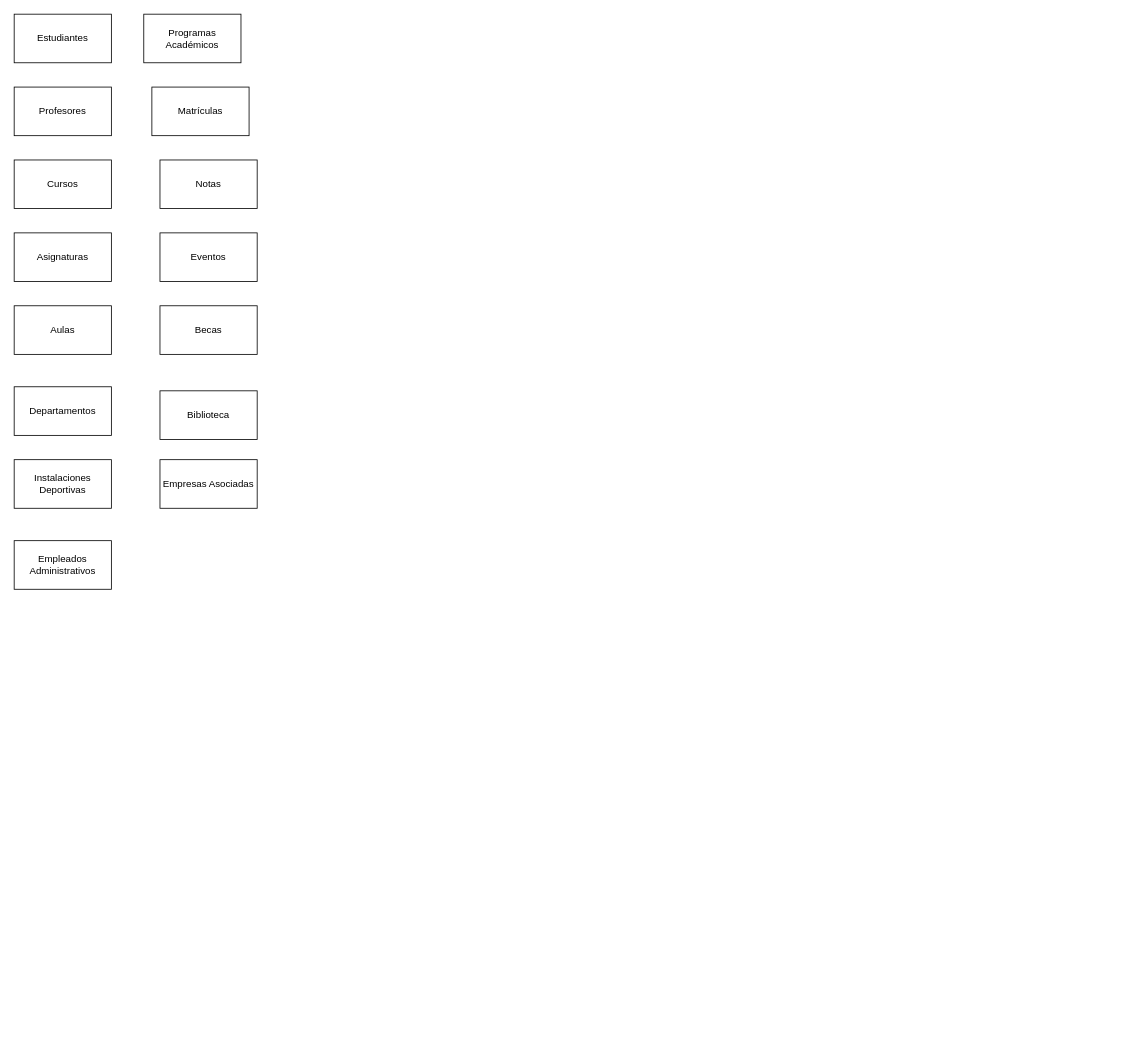
JVC0/ProyectoBBDD keeps this draw.io diagram as modelo-er/Modelo-ER.drawio. Above is the earlier version. Source tidied: cells renumbered, new cells numbered last; positions are measured from the earlier drawing's top-left corner, leaving out a move shared by most shapes. Both pictures are drawn from the tidied source at 81%, with x=0, y=0 at pixel (14, 14).
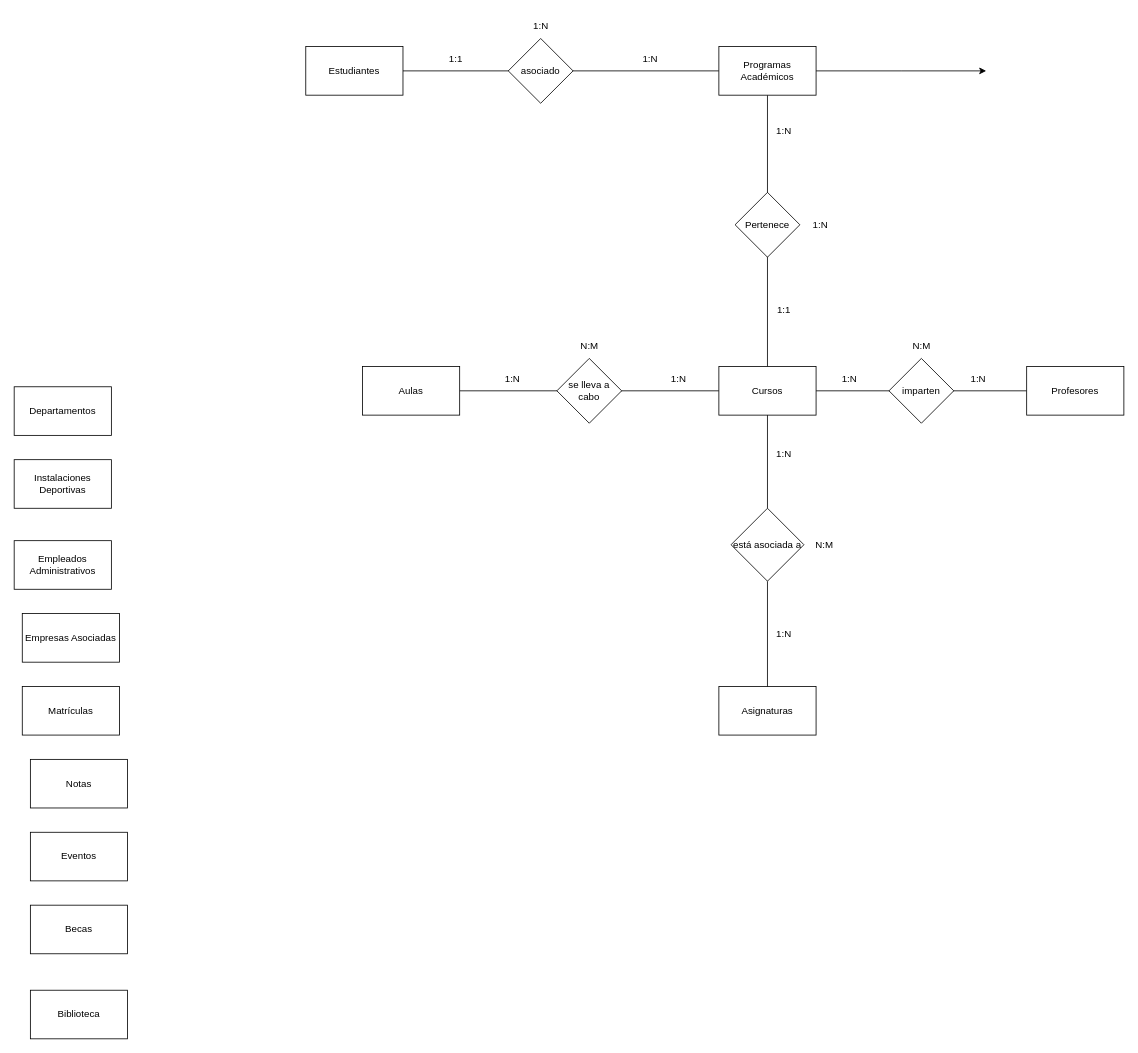
The same page after the edit.

Change to the diagram source:
```diff
@@
+    <mxCell id="17" style="edgeStyle=orthogonalEdgeStyle;rounded=0;jettySize=auto;html=1;entryX=0;entryY=0.5;entryDx=0;entryDy=0;endArrow=none;endFill=0;" parent="1" edge="1" source="2">
+      <mxGeometry relative="1" as="geometry">
+        <mxPoint x="870" y="70" as="targetPoint" />
+      </mxGeometry>
+    </mxCell>
     <mxCell id="2" value="Estudiantes" style="whiteSpace=wrap;html=1;" parent="1" vertex="1">
-      <mxGeometry width="120" height="60" as="geometry" />
+      <mxGeometry x="360" y="40" width="120" height="60" as="geometry" />
     </mxCell>
+    <mxCell id="18" style="edgeStyle=orthogonalEdgeStyle;rounded=0;jettySize=auto;html=1;entryX=1;entryY=0.5;entryDx=0;entryDy=0;endArrow=none;endFill=0;" parent="1" edge="1" source="3" target="4">
+      <mxGeometry relative="1" as="geometry" />
+    </mxCell>
     <mxCell id="3" value="Profesores" style="whiteSpace=wrap;html=1;" parent="1" vertex="1">
-      <mxGeometry y="90" width="120" height="60" as="geometry" />
+      <mxGeometry x="1250" y="435" width="120" height="60" as="geometry" />
     </mxCell>
+    <mxCell id="19" style="edgeStyle=orthogonalEdgeStyle;rounded=0;jettySize=auto;html=1;entryX=0.5;entryY=1;entryDx=0;entryDy=0;endArrow=none;endFill=0;" parent="1" edge="1" source="4" target="8">
+      <mxGeometry relative="1" as="geometry" />
+    </mxCell>
+    <mxCell id="20" style="edgeStyle=orthogonalEdgeStyle;rounded=0;jettySize=auto;html=1;exitX=0;exitY=0.5;exitDx=0;exitDy=0;entryX=1;entryY=0.5;entryDx=0;entryDy=0;endArrow=none;endFill=0;" parent="1" edge="1" source="4" target="6">
+      <mxGeometry relative="1" as="geometry" />
+    </mxCell>
     <mxCell id="4" value="Cursos" style="whiteSpace=wrap;html=1;" parent="1" vertex="1">
-      <mxGeometry y="180" width="120" height="60" as="geometry" />
+      <mxGeometry x="870" y="435" width="120" height="60" as="geometry" />
     </mxCell>
+    <mxCell id="21" style="edgeStyle=orthogonalEdgeStyle;rounded=0;jettySize=auto;html=1;entryX=0.5;entryY=1;entryDx=0;entryDy=0;endArrow=none;endFill=0;" parent="1" edge="1" source="36" target="4">
+      <mxGeometry relative="1" as="geometry" />
+    </mxCell>
     <mxCell id="5" value="Asignaturas" style="whiteSpace=wrap;html=1;" parent="1" vertex="1">
-      <mxGeometry y="270" width="120" height="60" as="geometry" />
+      <mxGeometry x="870" y="830" width="120" height="60" as="geometry" />
     </mxCell>
     <mxCell id="6" value="Aulas" style="whiteSpace=wrap;html=1;" parent="1" vertex="1">
-      <mxGeometry y="360" width="120" height="60" as="geometry" />
+      <mxGeometry x="430" y="435" width="120" height="60" as="geometry" />
     </mxCell>
@@
+    <mxCell id="22" style="edgeStyle=orthogonalEdgeStyle;rounded=0;jettySize=auto;html=1;exitX=1;exitY=0.5;exitDx=0;exitDy=0;" parent="1" edge="1" source="8">
+      <mxGeometry relative="1" as="geometry">
+        <mxPoint x="1200" y="70" as="targetPoint" />
+      </mxGeometry>
+    </mxCell>
     <mxCell id="8" value="Programas Académicos" style="whiteSpace=wrap;html=1;" parent="1" vertex="1">
-      <mxGeometry x="160" width="120" height="60" as="geometry" />
+      <mxGeometry x="870" y="40" width="120" height="60" as="geometry" />
     </mxCell>
     <mxCell id="9" value="Matrículas" style="whiteSpace=wrap;html=1;" parent="1" vertex="1">
-      <mxGeometry x="170" y="90" width="120" height="60" as="geometry" />
+      <mxGeometry x="10" y="830" width="120" height="60" as="geometry" />
     </mxCell>
     <mxCell id="10" value="Notas" style="whiteSpace=wrap;html=1;" parent="1" vertex="1">
-      <mxGeometry x="180" y="180" width="120" height="60" as="geometry" />
+      <mxGeometry x="20" y="920" width="120" height="60" as="geometry" />
     </mxCell>
     <mxCell id="11" value="Eventos" style="whiteSpace=wrap;html=1;" parent="1" vertex="1">
-      <mxGeometry x="180" y="270" width="120" height="60" as="geometry" />
+      <mxGeometry x="20" y="1010" width="120" height="60" as="geometry" />
     </mxCell>
     <mxCell id="12" value="Becas" style="whiteSpace=wrap;html=1;" parent="1" vertex="1">
-      <mxGeometry x="180" y="360" width="120" height="60" as="geometry" />
+      <mxGeometry x="20" y="1100" width="120" height="60" as="geometry" />
     </mxCell>
     <mxCell id="13" value="Biblioteca" style="whiteSpace=wrap;html=1;" parent="1" vertex="1">
-      <mxGeometry x="180" y="465" width="120" height="60" as="geometry" />
+      <mxGeometry x="20" y="1205" width="120" height="60" as="geometry" />
     </mxCell>
@@
+    <mxCell id="23" value="asociado" style="rhombus;whiteSpace=wrap;html=1;" parent="1" vertex="1">
+      <mxGeometry x="610" y="30" width="80" height="80" as="geometry" />
+    </mxCell>
     <mxCell id="16" value="Empresas Asociadas" style="whiteSpace=wrap;html=1;" parent="1" vertex="1">
-      <mxGeometry x="180" y="550" width="120" height="60" as="geometry" />
+      <mxGeometry x="10" y="740" width="120" height="60" as="geometry" />
     </mxCell>
+    <mxCell id="24" value="1:1" style="text;html=1;align=center;verticalAlign=middle;strokeColor=none;fillColor=none;" parent="1" vertex="1">
+      <mxGeometry x="525" y="40" width="40" height="30" as="geometry" />
+    </mxCell>
+    <mxCell id="25" value="1:N" style="text;html=1;align=center;verticalAlign=middle;strokeColor=none;fillColor=none;" parent="1" vertex="1">
+      <mxGeometry x="765" y="40" width="40" height="30" as="geometry" />
+    </mxCell>
+    <mxCell id="26" value="Pertenece" style="rhombus;whiteSpace=wrap;html=1;" parent="1" vertex="1">
+      <mxGeometry x="890" y="220" width="80" height="80" as="geometry" />
+    </mxCell>
+    <mxCell id="27" value="1:1" style="text;html=1;align=center;verticalAlign=middle;strokeColor=none;fillColor=none;" parent="1" vertex="1">
+      <mxGeometry x="930" y="350" width="40" height="30" as="geometry" />
+    </mxCell>
+    <mxCell id="28" value="1:N" style="text;html=1;align=center;verticalAlign=middle;strokeColor=none;fillColor=none;" parent="1" vertex="1">
+      <mxGeometry x="930" y="130" width="40" height="30" as="geometry" />
+    </mxCell>
+    <mxCell id="29" value="imparten" style="rhombus;whiteSpace=wrap;html=1;" parent="1" vertex="1">
+      <mxGeometry x="1080" y="425" width="80" height="80" as="geometry" />
+    </mxCell>
+    <mxCell id="30" value="1:N" style="text;html=1;align=center;verticalAlign=middle;strokeColor=none;fillColor=none;" parent="1" vertex="1">
+      <mxGeometry x="1170" y="435" width="40" height="30" as="geometry" />
+    </mxCell>
+    <mxCell id="31" value="1:N" style="text;html=1;align=center;verticalAlign=middle;strokeColor=none;fillColor=none;" parent="1" vertex="1">
+      <mxGeometry x="1011" y="435" width="40" height="30" as="geometry" />
+    </mxCell>
+    <mxCell id="32" value="1:N" style="text;html=1;align=center;verticalAlign=middle;strokeColor=none;fillColor=none;" parent="1" vertex="1">
+      <mxGeometry x="630" width="40" height="30" as="geometry" />
+    </mxCell>
+    <mxCell id="33" value="1:N" style="text;html=1;align=center;verticalAlign=middle;strokeColor=none;fillColor=none;" parent="1" vertex="1">
+      <mxGeometry x="975" y="245" width="40" height="30" as="geometry" />
+    </mxCell>
+    <mxCell id="34" value="N:M" style="text;html=1;align=center;verticalAlign=middle;strokeColor=none;fillColor=none;" parent="1" vertex="1">
+      <mxGeometry x="1095" y="395" width="50" height="30" as="geometry" />
+    </mxCell>
+    <mxCell id="35" style="edgeStyle=orthogonalEdgeStyle;rounded=0;jettySize=auto;html=1;entryX=0.5;entryY=1;entryDx=0;entryDy=0;endArrow=none;endFill=0;" parent="1" edge="1" source="5" target="36">
+      <mxGeometry relative="1" as="geometry" />
+    </mxCell>
+    <mxCell id="36" value="está asociada a" style="rhombus;whiteSpace=wrap;html=1;" parent="1" vertex="1">
+      <mxGeometry x="885" y="610" width="90" height="90" as="geometry" />
+    </mxCell>
+    <mxCell id="37" value="1:N" style="text;html=1;align=center;verticalAlign=middle;strokeColor=none;fillColor=none;" parent="1" vertex="1">
+      <mxGeometry x="930" y="750" width="40" height="30" as="geometry" />
+    </mxCell>
+    <mxCell id="38" value="1:N" style="text;html=1;align=center;verticalAlign=middle;strokeColor=none;fillColor=none;" parent="1" vertex="1">
+      <mxGeometry x="930" y="528" width="40" height="30" as="geometry" />
+    </mxCell>
+    <mxCell id="39" value="N:M" style="text;html=1;align=center;verticalAlign=middle;strokeColor=none;fillColor=none;" parent="1" vertex="1">
+      <mxGeometry x="975" y="640" width="50" height="30" as="geometry" />
+    </mxCell>
+    <mxCell id="40" value="se lleva a cabo" style="rhombus;whiteSpace=wrap;html=1;" parent="1" vertex="1">
+      <mxGeometry x="670" y="425" width="80" height="80" as="geometry" />
+    </mxCell>
+    <mxCell id="41" value="1:N" style="text;html=1;align=center;verticalAlign=middle;strokeColor=none;fillColor=none;" parent="1" vertex="1">
+      <mxGeometry x="595" y="435" width="40" height="30" as="geometry" />
+    </mxCell>
+    <mxCell id="42" value="1:N" style="text;html=1;align=center;verticalAlign=middle;strokeColor=none;fillColor=none;" parent="1" vertex="1">
+      <mxGeometry x="800" y="435" width="40" height="30" as="geometry" />
+    </mxCell>
+    <mxCell id="43" value="N:M" style="text;html=1;align=center;verticalAlign=middle;strokeColor=none;fillColor=none;" parent="1" vertex="1">
+      <mxGeometry x="685" y="395" width="50" height="30" as="geometry" />
+    </mxCell>
```
